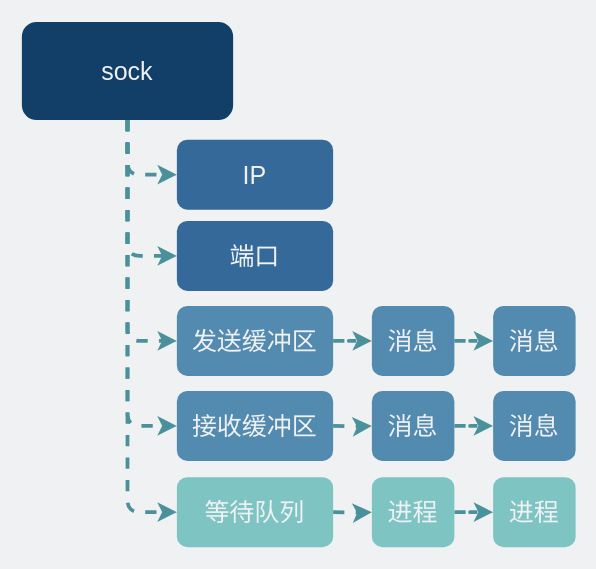
The draw.io diagram network/sock内的发送接收缓冲区.drawio in xiaobaiTech/image, before the edit. Source tidied: cells renumbered, new cells numbered last; positions are measured from the earlier drawing's top-left corner, leaving out a move shared by most shapes. Both pictures are drawn from the tidied source at 125%, with x=0, y=0 at pixel (21, 21).
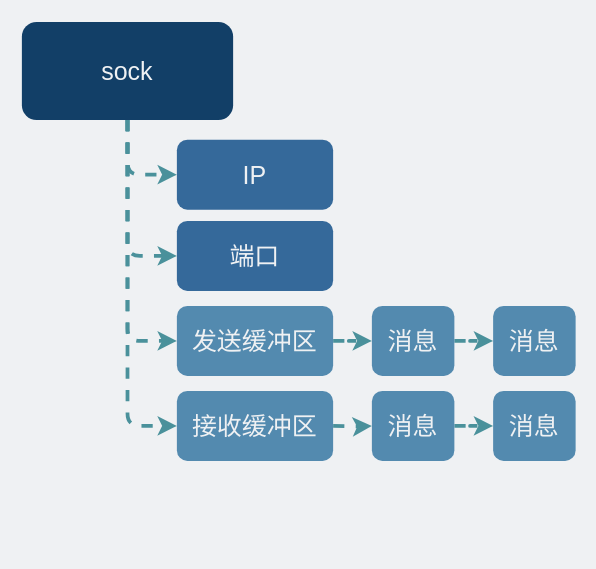
Above is the later version.

Commit message:
更新sock内的发送接收缓冲区.drawio

Unchanged cells that the change refers to:
```xml
<mxCell id="7" value="&lt;font style=&quot;font-size: 20px;&quot; color=&quot;#eff1f3&quot;&gt;sock&lt;/font&gt;" style="rounded=1;whiteSpace=wrap;html=1;fillColor=#123F67;strokeColor=none;" parent="1" vertex="1">
  <mxGeometry width="169" height="78.5" as="geometry" />
</mxCell>
```

Change to the diagram source:
```diff
@@
-    <mxCell id="6" style="edgeStyle=orthogonalEdgeStyle;rounded=1;jettySize=auto;html=1;exitX=0.5;exitY=1;exitDx=0;exitDy=0;entryX=0;entryY=0.5;entryDx=0;entryDy=0;strokeColor=#4A919B;strokeWidth=3;dashed=1;" parent="1" edge="1" source="7" target="13">
-      <mxGeometry relative="1" as="geometry" />
-    </mxCell>
@@
-    <mxCell id="13" value="&lt;font color=&quot;#eff1f3&quot;&gt;&lt;span style=&quot;font-size: 20px;&quot;&gt;等待队列&lt;/span&gt;&lt;/font&gt;" style="rounded=1;whiteSpace=wrap;html=1;fillColor=#7EC4C3;strokeColor=none;" parent="1" vertex="1">
-      <mxGeometry x="124" y="364.2" width="125" height="56" as="geometry" />
-    </mxCell>
@@
-    <mxCell id="21" style="edgeStyle=orthogonalEdgeStyle;rounded=1;jettySize=auto;html=1;exitX=1;exitY=0.5;exitDx=0;exitDy=0;dashed=1;strokeColor=#4A919B;strokeWidth=3;" parent="1" edge="1" target="23">
-      <mxGeometry relative="1" as="geometry">
-        <mxPoint x="249" y="392.2" as="sourcePoint" />
-      </mxGeometry>
-    </mxCell>
-    <mxCell id="22" style="edgeStyle=orthogonalEdgeStyle;rounded=1;jettySize=auto;html=1;exitX=1;exitY=0.5;exitDx=0;exitDy=0;dashed=1;strokeColor=#4A919B;strokeWidth=3;" parent="1" edge="1" source="23" target="24">
-      <mxGeometry relative="1" as="geometry" />
-    </mxCell>
-    <mxCell id="23" value="&lt;font color=&quot;#eff1f3&quot;&gt;&lt;span style=&quot;font-size: 20px;&quot;&gt;进程&lt;/span&gt;&lt;/font&gt;" style="rounded=1;whiteSpace=wrap;html=1;fillColor=#7EC4C3;strokeColor=none;" parent="1" vertex="1">
-      <mxGeometry x="280" y="364.2" width="66" height="56" as="geometry" />
-    </mxCell>
-    <mxCell id="24" value="&lt;font color=&quot;#eff1f3&quot;&gt;&lt;span style=&quot;font-size: 20px;&quot;&gt;进程&lt;/span&gt;&lt;/font&gt;" style="rounded=1;whiteSpace=wrap;html=1;fillColor=#7EC4C3;strokeColor=none;" parent="1" vertex="1">
-      <mxGeometry x="377" y="364.2" width="66" height="56" as="geometry" />
-    </mxCell>
```
